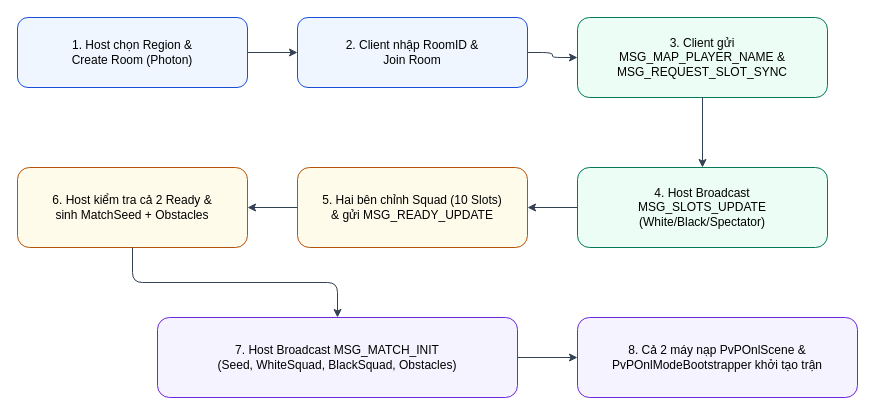
This is Diagrams/drawio/06_seq_pvp_online_lobby.drawio from ThienVan1208/DACN-261-Report, a draw.io file, before an edit. Source tidied: cells renumbered, new cells numbered last; positions are measured from the earlier drawing's top-left corner, leaving out a move shared by most shapes. Both pictures are drawn from the tidied source at 100%, with x=0, y=0 at pixel (17, 17).
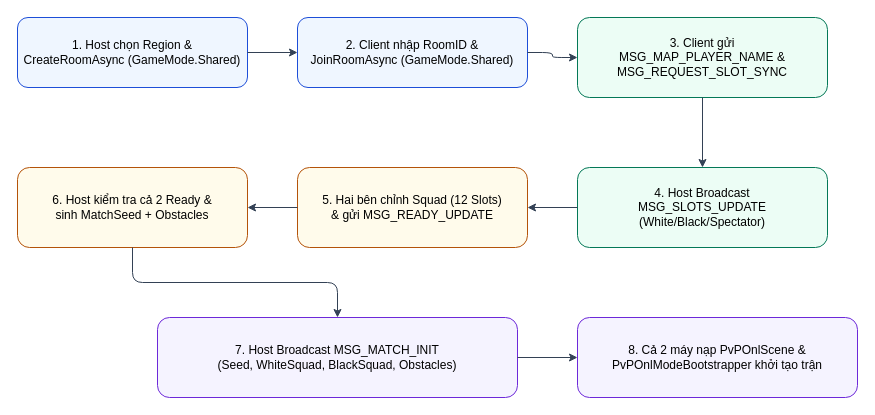
The same diagram, later.

The edit, as a diff of the source:
```diff
@@
 <mxGraphModel>
   <root>
     <mxCell id="0" />
     <mxCell id="1" parent="0" />
-    <mxCell id="2" value="1. Host chọn Region &amp;&#10;Create Room (Photon)" style="rounded=1;whiteSpace=wrap;html=1;fillColor=#eff6ff;strokeColor=#1d4ed8;fontSize=12;fontFamily=Helvetica;" parent="1" vertex="1">
+    <mxCell id="2" value="1. Host chọn Region &amp;&#10;CreateRoomAsync (GameMode.Shared)" style="rounded=1;whiteSpace=wrap;html=1;fillColor=#eff6ff;strokeColor=#1d4ed8;fontSize=12;fontFamily=Helvetica;" parent="1" vertex="1">
       <mxGeometry width="230" height="70" as="geometry" />
     </mxCell>
-    <mxCell id="3" value="2. Client nhập RoomID &amp;&#10;Join Room" style="rounded=1;whiteSpace=wrap;html=1;fillColor=#eff6ff;strokeColor=#1d4ed8;fontSize=12;fontFamily=Helvetica;" parent="1" vertex="1">
+    <mxCell id="3" value="2. Client nhập RoomID &amp;&#10;JoinRoomAsync (GameMode.Shared)" style="rounded=1;whiteSpace=wrap;html=1;fillColor=#eff6ff;strokeColor=#1d4ed8;fontSize=12;fontFamily=Helvetica;" parent="1" vertex="1">
       <mxGeometry x="280" width="230" height="70" as="geometry" />
     </mxCell>
     <mxCell id="4" value="3. Client gửi&#10;MSG_MAP_PLAYER_NAME &amp;&#10;MSG_REQUEST_SLOT_SYNC" style="rounded=1;whiteSpace=wrap;html=1;fillColor=#ecfdf5;strokeColor=#047857;fontSize=12;fontFamily=Helvetica;" parent="1" vertex="1">
       <mxGeometry x="560" width="250" height="80" as="geometry" />
     </mxCell>
     <mxCell id="5" value="4. Host Broadcast&#10;MSG_SLOTS_UPDATE&#10;(White/Black/Spectator)" style="rounded=1;whiteSpace=wrap;html=1;fillColor=#ecfdf5;strokeColor=#047857;fontSize=12;fontFamily=Helvetica;" parent="1" vertex="1">
       <mxGeometry x="560" y="150" width="250" height="80" as="geometry" />
     </mxCell>
-    <mxCell id="6" value="5. Hai bên chỉnh Squad (10 Slots)&#10;&amp; gửi MSG_READY_UPDATE" style="rounded=1;whiteSpace=wrap;html=1;fillColor=#fffbeb;strokeColor=#b45309;fontSize=12;fontFamily=Helvetica;" parent="1" vertex="1">
+    <mxCell id="6" value="5. Hai bên chỉnh Squad (12 Slots)&#10;&amp; gửi MSG_READY_UPDATE" style="rounded=1;whiteSpace=wrap;html=1;fillColor=#fffbeb;strokeColor=#b45309;fontSize=12;fontFamily=Helvetica;" parent="1" vertex="1">
       <mxGeometry x="280" y="150" width="230" height="80" as="geometry" />
     </mxCell>
     <mxCell id="7" value="6. Host kiểm tra cả 2 Ready &amp;&#10;sinh MatchSeed + Obstacles" style="rounded=1;whiteSpace=wrap;html=1;fillColor=#fffbeb;strokeColor=#b45309;fontSize=12;fontFamily=Helvetica;" parent="1" vertex="1">
       <mxGeometry y="150" width="230" height="80" as="geometry" />
     </mxCell>
     <mxCell id="8" value="7. Host Broadcast MSG_MATCH_INIT&#10;(Seed, WhiteSquad, BlackSquad, Obstacles)" style="rounded=1;whiteSpace=wrap;html=1;fillColor=#f5f3ff;strokeColor=#6d28d9;fontSize=12;fontFamily=Helvetica;" parent="1" vertex="1">
       <mxGeometry x="140" y="300" width="360" height="80" as="geometry" />
     </mxCell>
     <mxCell id="9" value="8. Cả 2 máy nạp PvPOnlScene &amp;&#10;PvPOnlModeBootstrapper khởi tạo trận" style="rounded=1;whiteSpace=wrap;html=1;fillColor=#f5f3ff;strokeColor=#6d28d9;fontSize=12;fontFamily=Helvetica;" parent="1" vertex="1">
       <mxGeometry x="560" y="300" width="280" height="80" as="geometry" />
     </mxCell>
     <mxCell id="10" style="edgeStyle=orthogonalEdgeStyle;rounded=1;jettySize=auto;html=1;strokeColor=#334155;fontSize=11;" parent="1" edge="1" source="2" target="3">
       <mxGeometry relative="1" as="geometry" />
     </mxCell>
     <mxCell id="11" style="edgeStyle=orthogonalEdgeStyle;rounded=1;jettySize=auto;html=1;strokeColor=#334155;fontSize=11;" parent="1" edge="1" source="3" target="4">
       <mxGeometry relative="1" as="geometry" />
     </mxCell>
     <mxCell id="12" style="edgeStyle=orthogonalEdgeStyle;rounded=1;jettySize=auto;html=1;strokeColor=#334155;fontSize=11;" parent="1" edge="1" source="4" target="5">
       <mxGeometry relative="1" as="geometry" />
     </mxCell>
     <mxCell id="13" style="edgeStyle=orthogonalEdgeStyle;rounded=1;jettySize=auto;html=1;strokeColor=#334155;fontSize=11;" parent="1" edge="1" source="5" target="6">
       <mxGeometry relative="1" as="geometry" />
     </mxCell>
     <mxCell id="14" style="edgeStyle=orthogonalEdgeStyle;rounded=1;jettySize=auto;html=1;strokeColor=#334155;fontSize=11;" parent="1" edge="1" source="6" target="7">
       <mxGeometry relative="1" as="geometry" />
     </mxCell>
     <mxCell id="15" style="edgeStyle=orthogonalEdgeStyle;rounded=1;jettySize=auto;html=1;strokeColor=#334155;fontSize=11;" parent="1" edge="1" source="7" target="8">
       <mxGeometry relative="1" as="geometry" />
     </mxCell>
     <mxCell id="16" style="edgeStyle=orthogonalEdgeStyle;rounded=1;jettySize=auto;html=1;strokeColor=#334155;fontSize=11;" parent="1" edge="1" source="8" target="9">
       <mxGeometry relative="1" as="geometry" />
     </mxCell>
   </root>
 </mxGraphModel>
```
